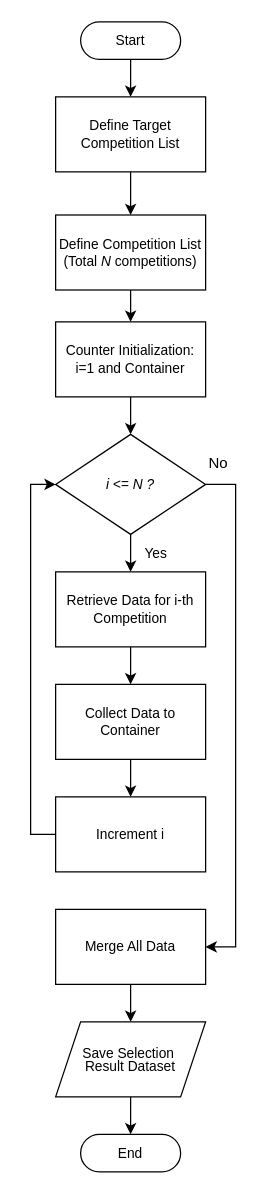
Before: diagrams/flowchart selection.drawio in fadhilra101/skripsi, a draw.io diagram. Source tidied: cells renumbered, new cells numbered last; positions are measured from the earlier drawing's top-left corner, leaving out a move shared by most shapes. Both pictures are drawn from the tidied source at 125%, with x=0, y=0 at pixel (30, 21).
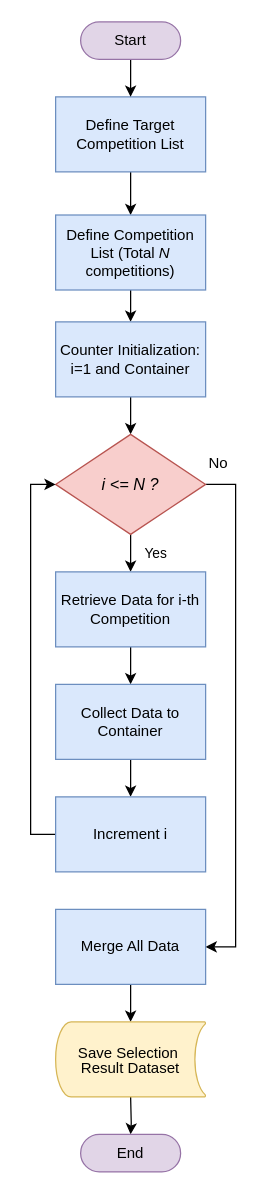
The same diagram, later.

Diff of the diagram source:
```diff
@@
-    <mxCell id="3" value="Define Target Competition List" style="rounded=0;whiteSpace=wrap;html=1;fontSize=11;" parent="1" vertex="1">
+    <mxCell id="3" value="&lt;font style=&quot;font-size: 12px;&quot;&gt;Define Target Competition List&lt;/font&gt;" style="rounded=0;whiteSpace=wrap;html=1;fontSize=11;fillColor=#dae8fc;strokeColor=#6c8ebf;" parent="1" vertex="1">
       <mxGeometry x="20" y="60" width="120" height="60" as="geometry" />
     </mxCell>
@@
-    <mxCell id="5" value="Define Competition List (Total &lt;i&gt;N &lt;/i&gt;competitions)" style="rounded=0;whiteSpace=wrap;html=1;fontSize=11;" parent="1" vertex="1">
+    <mxCell id="5" value="&lt;font style=&quot;font-size: 12px;&quot;&gt;Define Competition List (Total &lt;i&gt;N &lt;/i&gt;competitions)&lt;/font&gt;" style="rounded=0;whiteSpace=wrap;html=1;fontSize=11;fillColor=#dae8fc;strokeColor=#6c8ebf;" parent="1" vertex="1">
       <mxGeometry x="20" y="154.5" width="120" height="60" as="geometry" />
     </mxCell>
@@
-    <mxCell id="7" value="Start" style="html=1;dashed=0;whiteSpace=wrap;shape=mxgraph.dfd.start;fontSize=11;" parent="1" vertex="1">
+    <mxCell id="7" value="&lt;font style=&quot;font-size: 12px;&quot;&gt;Start&lt;/font&gt;" style="html=1;dashed=0;whiteSpace=wrap;shape=mxgraph.dfd.start;fontSize=11;fillColor=#e1d5e7;strokeColor=#9673a6;" parent="1" vertex="1">
       <mxGeometry x="40" width="80" height="30" as="geometry" />
     </mxCell>
@@
-    <mxCell id="9" value="Counter Initialization: i=1 and Container" style="rounded=0;whiteSpace=wrap;html=1;fontSize=11;" parent="1" vertex="1">
+    <mxCell id="9" value="&lt;font style=&quot;font-size: 12px;&quot;&gt;Counter Initialization: i=1 and Container&lt;/font&gt;" style="rounded=0;whiteSpace=wrap;html=1;fontSize=11;fillColor=#dae8fc;strokeColor=#6c8ebf;" parent="1" vertex="1">
       <mxGeometry x="20" y="240" width="120" height="60" as="geometry" />
     </mxCell>
@@
-    <mxCell id="12" value="&lt;i&gt;i &amp;lt;= N ?&lt;/i&gt;" style="rhombus;whiteSpace=wrap;html=1;fontSize=11;" parent="1" vertex="1">
+    <mxCell id="12" value="&lt;i&gt;&lt;font style=&quot;font-size: 13px;&quot;&gt;i &amp;lt;= N ?&lt;/font&gt;&lt;/i&gt;" style="rhombus;whiteSpace=wrap;html=1;fontSize=11;fillColor=#f8cecc;strokeColor=#b85450;" parent="1" vertex="1">
       <mxGeometry x="20" y="330" width="120" height="80" as="geometry" />
     </mxCell>
@@
-    <mxCell id="14" value="Retrieve Data for i-th Competition" style="rounded=0;whiteSpace=wrap;html=1;fontSize=11;" parent="1" vertex="1">
+    <mxCell id="14" value="&lt;font style=&quot;font-size: 12px;&quot;&gt;Retrieve Data for i-th Competition&lt;/font&gt;" style="rounded=0;whiteSpace=wrap;html=1;fontSize=11;fillColor=#dae8fc;strokeColor=#6c8ebf;" parent="1" vertex="1">
       <mxGeometry x="20" y="440" width="120" height="60" as="geometry" />
     </mxCell>
@@
-    <mxCell id="16" value="&lt;p&gt;Collect Data to Container&lt;/p&gt;" style="rounded=0;whiteSpace=wrap;html=1;fontSize=11;" parent="1" vertex="1">
+    <mxCell id="16" value="&lt;p&gt;&lt;font style=&quot;font-size: 12px;&quot;&gt;Collect Data to Container&lt;/font&gt;&lt;/p&gt;" style="rounded=0;whiteSpace=wrap;html=1;fontSize=11;fillColor=#dae8fc;strokeColor=#6c8ebf;" parent="1" vertex="1">
       <mxGeometry x="20" y="530" width="120" height="60" as="geometry" />
     </mxCell>
@@
-    <mxCell id="18" value="Increment i" style="rounded=0;whiteSpace=wrap;html=1;fontSize=11;" parent="1" vertex="1">
+    <mxCell id="18" value="&lt;font style=&quot;font-size: 12px;&quot;&gt;Increment i&lt;/font&gt;" style="rounded=0;whiteSpace=wrap;html=1;fontSize=11;fillColor=#dae8fc;strokeColor=#6c8ebf;" parent="1" vertex="1">
       <mxGeometry x="20" y="620" width="120" height="60" as="geometry" />
     </mxCell>
@@
-    <mxCell id="20" style="edgeStyle=orthogonalEdgeStyle;rounded=0;jettySize=auto;html=1;" parent="1" edge="1" source="21" target="23">
-      <mxGeometry relative="1" as="geometry" />
+    <mxCell id="20" style="edgeStyle=orthogonalEdgeStyle;rounded=0;jettySize=auto;html=1;" parent="1" edge="1" source="21">
+      <mxGeometry relative="1" as="geometry">
+        <mxPoint x="80" y="800" as="targetPoint" />
+      </mxGeometry>
     </mxCell>
-    <mxCell id="21" value="&lt;p&gt;Merge All Data&lt;/p&gt;" style="rounded=0;whiteSpace=wrap;html=1;fontSize=11;" parent="1" vertex="1">
+    <mxCell id="21" value="&lt;p&gt;&lt;font style=&quot;font-size: 12px;&quot;&gt;Merge All Data&lt;/font&gt;&lt;/p&gt;" style="rounded=0;whiteSpace=wrap;html=1;fontSize=11;fillColor=#dae8fc;strokeColor=#6c8ebf;" parent="1" vertex="1">
       <mxGeometry x="20" y="710" width="120" height="60" as="geometry" />
     </mxCell>
-    <mxCell id="22" style="edgeStyle=orthogonalEdgeStyle;rounded=0;jettySize=auto;html=1;" parent="1" edge="1" source="23" target="24">
-      <mxGeometry relative="1" as="geometry" />
+    <mxCell id="22" style="edgeStyle=orthogonalEdgeStyle;rounded=0;jettySize=auto;html=1;" parent="1" edge="1" target="24">
+      <mxGeometry relative="1" as="geometry">
+        <mxPoint x="80" y="860" as="sourcePoint" />
+      </mxGeometry>
     </mxCell>
-    <mxCell id="23" value="&lt;div style=&quot;line-height: 0%;&quot;&gt;&lt;p&gt;Save&amp;nbsp;&lt;span style=&quot;background-color: transparent; color: light-dark(rgb(0, 0, 0), rgb(255, 255, 255));&quot;&gt;Selection&amp;nbsp;&lt;/span&gt;&lt;/p&gt;&lt;p&gt;&lt;span style=&quot;background-color: transparent; color: light-dark(rgb(0, 0, 0), rgb(255, 255, 255));&quot;&gt;Result Dataset&lt;/span&gt;&lt;/p&gt;&lt;/div&gt;" style="shape=parallelogram;perimeter=parallelogramPerimeter;whiteSpace=wrap;html=1;fixedSize=1;fontSize=11;" parent="1" vertex="1">
-      <mxGeometry x="20" y="800" width="120" height="60" as="geometry" />
-    </mxCell>
-    <mxCell id="24" value="End" style="html=1;dashed=0;whiteSpace=wrap;shape=mxgraph.dfd.start;fontSize=11;" parent="1" vertex="1">
+    <mxCell id="24" value="&lt;font style=&quot;font-size: 12px;&quot;&gt;End&lt;/font&gt;" style="html=1;dashed=0;whiteSpace=wrap;shape=mxgraph.dfd.start;fontSize=11;fillColor=#e1d5e7;strokeColor=#9673a6;" parent="1" vertex="1">
       <mxGeometry x="40" y="890" width="80" height="30" as="geometry" />
     </mxCell>
@@
+    <mxCell id="23" value="&lt;div style=&quot;line-height: 0%;&quot;&gt;&lt;p style=&quot;&quot;&gt;&lt;font&gt;Save&amp;nbsp;&lt;span style=&quot;background-color: transparent; color: light-dark(rgb(0, 0, 0), rgb(255, 255, 255));&quot;&gt;Selection&amp;nbsp;&lt;/span&gt;&lt;/font&gt;&lt;/p&gt;&lt;p style=&quot;&quot;&gt;&lt;span style=&quot;background-color: transparent; color: light-dark(rgb(0, 0, 0), rgb(255, 255, 255));&quot;&gt;&lt;font&gt;Result Dataset&lt;/font&gt;&lt;/span&gt;&lt;/p&gt;&lt;/div&gt;" style="strokeWidth=1;html=1;shape=mxgraph.flowchart.stored_data;whiteSpace=wrap;fillColor=#fff2cc;strokeColor=#d6b656;" parent="1" vertex="1">
+      <mxGeometry x="20" y="800" width="120" height="60" as="geometry" />
+    </mxCell>
```
